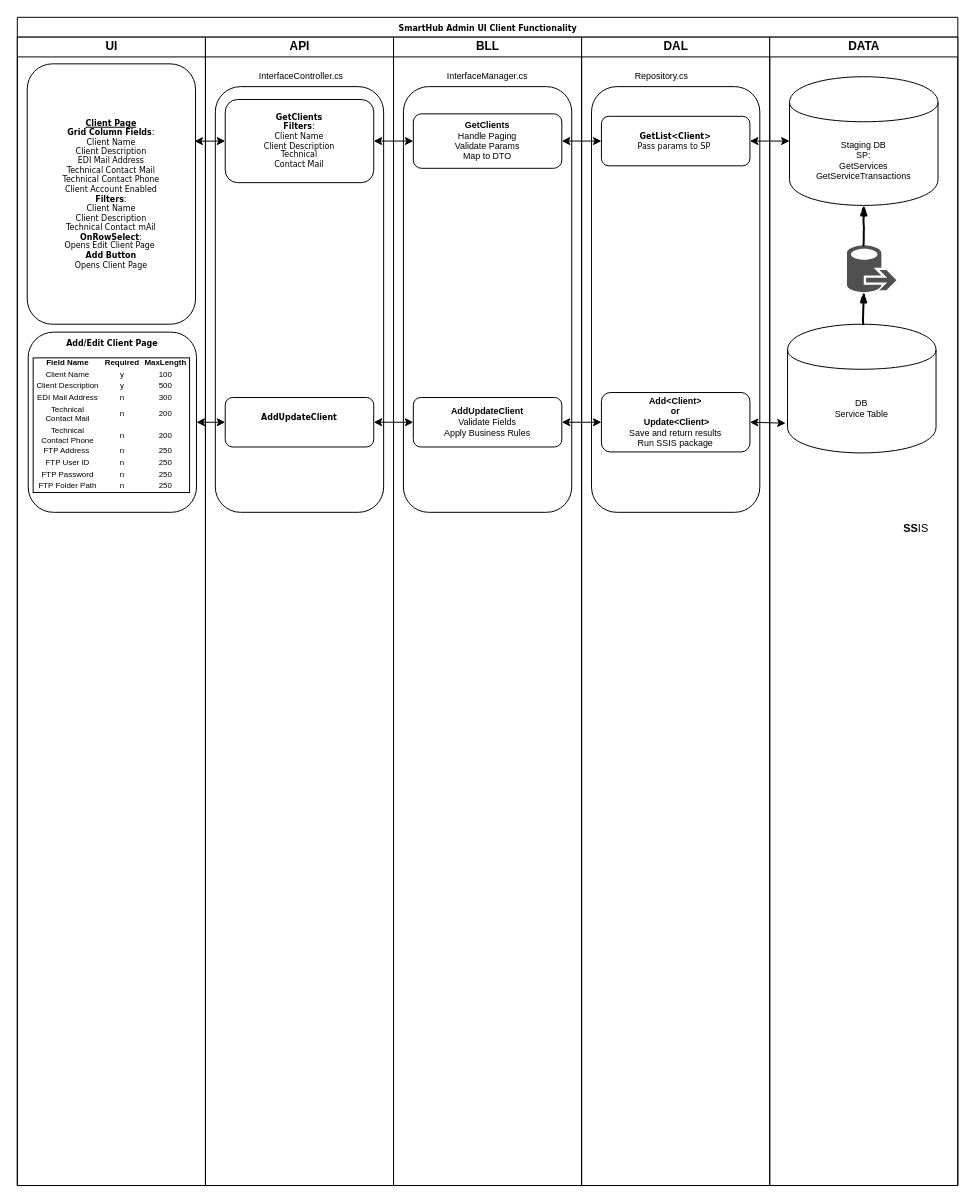
The draw.io diagram SHAdminUI-Client-Functionality.drawio in Cyrolies/TigersFreightDocs, before the edit. Source tidied: cells renumbered, new cells numbered last; positions are measured from the earlier drawing's top-left corner, leaving out a move shared by most shapes. Both pictures are drawn from the tidied source at 99%, with x=0, y=0 at pixel (17, 17).
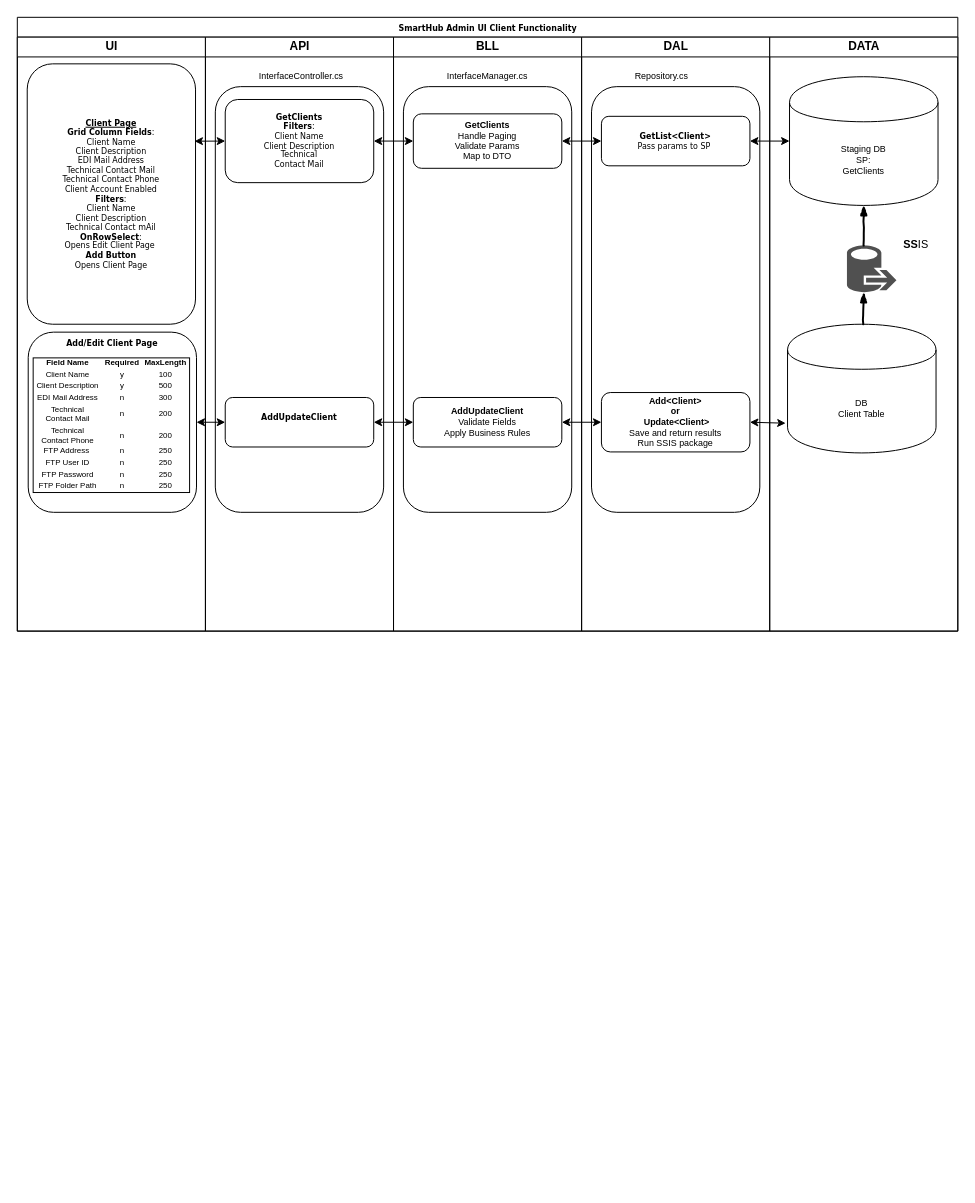
Above is the later version.

The edit, as a diff of the source:
```diff
@@
     <mxCell id="2" value="SmartHub Admin UI Client Functionality" style="swimlane;html=1;startSize=20;rounded=0;shadow=0;labelBackgroundColor=none;strokeColor=#000000;strokeWidth=1;fillColor=#ffffff;fontFamily=Verdana;fontSize=8;fontColor=#000000;align=center;verticalAlign=top;" parent="1" vertex="1">
-      <mxGeometry width="950" height="1180" as="geometry" />
+      <mxGeometry width="950" height="620" as="geometry" />
     </mxCell>
     <mxCell id="3" value="UI" style="swimlane;html=1;startSize=20;" parent="2" vertex="1">
-      <mxGeometry y="20" width="190" height="1160" as="geometry" />
+      <mxGeometry y="20" width="190" height="600" as="geometry" />
     </mxCell>
@@
     <mxCell id="7" value="API" style="swimlane;html=1;startSize=20;" parent="2" vertex="1">
-      <mxGeometry x="190" y="20" width="190" height="1160" as="geometry" />
+      <mxGeometry x="190" y="20" width="190" height="600" as="geometry" />
     </mxCell>
@@
     <mxCell id="12" value="BLL" style="swimlane;html=1;startSize=20;" parent="2" vertex="1">
-      <mxGeometry x="380" y="20" width="190" height="1160" as="geometry" />
+      <mxGeometry x="380" y="20" width="190" height="600" as="geometry" />
     </mxCell>
@@
     <mxCell id="17" value="DAL" style="swimlane;html=1;startSize=20;" parent="2" vertex="1">
-      <mxGeometry x="570" y="20" width="190" height="1160" as="geometry" />
+      <mxGeometry x="570" y="20" width="190" height="600" as="geometry" />
     </mxCell>
@@
     <mxCell id="27" value="DATA" style="swimlane;html=1;startSize=20;align=center;" parent="2" vertex="1">
-      <mxGeometry x="760" y="20" width="190" height="1160" as="geometry" />
+      <mxGeometry x="760" y="20" width="190" height="600" as="geometry" />
     </mxCell>
-    <mxCell id="28" value="Staging DB&lt;br&gt;SP:&lt;br&gt;GetServices&lt;br&gt;GetServiceTransactions" style="shape=cylinder;whiteSpace=wrap;html=1;boundedLbl=1;backgroundOutline=1;fontSize=9;align=center;" parent="27" vertex="1">
+    <mxCell id="28" value="Staging DB&lt;br&gt;SP:&lt;br&gt;GetClients&lt;br&gt;" style="shape=cylinder;whiteSpace=wrap;html=1;boundedLbl=1;backgroundOutline=1;fontSize=9;align=center;" parent="27" vertex="1">
       <mxGeometry x="20" y="40" width="150" height="130" as="geometry" />
     </mxCell>
-    <mxCell id="29" value="DB&lt;br&gt;Service Table" style="shape=cylinder;whiteSpace=wrap;html=1;boundedLbl=1;backgroundOutline=1;fontSize=9;align=center;" parent="27" vertex="1">
+    <mxCell id="29" value="DB&lt;br&gt;Client Table" style="shape=cylinder;whiteSpace=wrap;html=1;boundedLbl=1;backgroundOutline=1;fontSize=9;align=center;" parent="27" vertex="1">
       <mxGeometry x="18" y="290" width="150" height="130" as="geometry" />
     </mxCell>
@@
     <mxCell id="32" value="&lt;font style=&quot;font-size: 11px&quot;&gt;&lt;b&gt;SS&lt;/b&gt;IS&lt;/font&gt;" style="text;html=1;strokeColor=none;fillColor=none;align=center;verticalAlign=middle;whiteSpace=wrap;rounded=0;fontSize=9;" parent="27" vertex="1">
-      <mxGeometry x="128" y="485.5" width="40" height="20" as="geometry" />
+      <mxGeometry x="128" y="200" width="40" height="20" as="geometry" />
     </mxCell>
```
